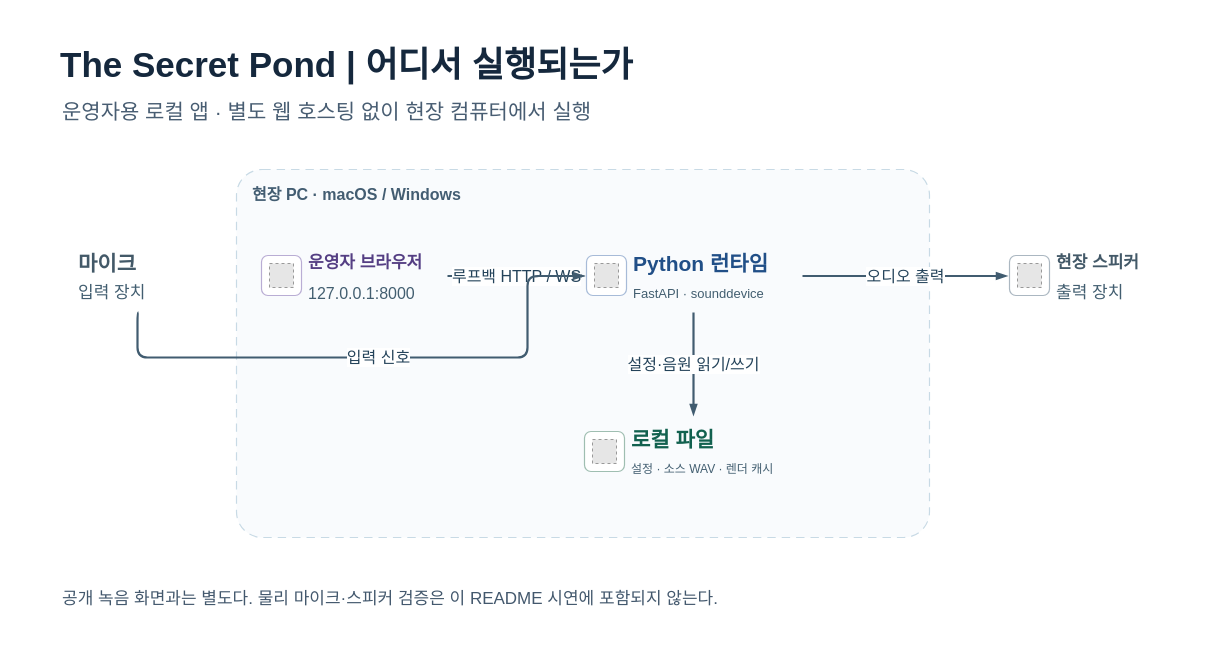
Above: docs/portfolio-readme/assets/readme/infrastructure.drawio in SungKong00/the-secret-pond-sound-system (draw.io), before the change. Source tidied: cells renumbered, new cells numbered last; positions are measured from the earlier drawing's top-left corner, leaving out a move shared by most shapes. Both pictures are drawn from the tidied source at 100%, with x=0, y=0 at pixel (17, 17). Pictures stored in the file or linked from it are replaced by grey dashed boxes.
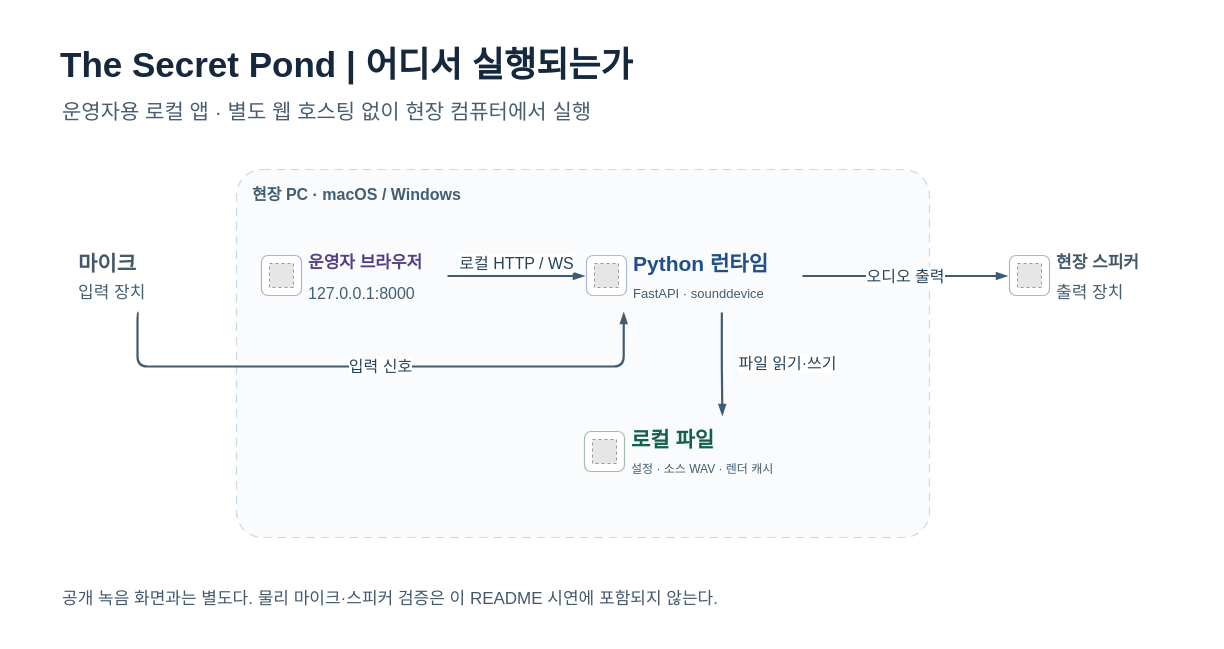
After the change.

Unchanged cells that the change refers to:
```xml
<mxCell id="6" style="rounded=0;fillColor=none;strokeColor=none;whiteSpace=wrap;html=0;" parent="1" vertex="1">
  <mxGeometry x="242" y="222" width="188" height="73" as="geometry" />
</mxCell>
<mxCell id="11" style="rounded=0;fillColor=none;strokeColor=none;whiteSpace=wrap;html=0;" parent="1" vertex="1">
  <mxGeometry x="567" y="222" width="218" height="73" as="geometry" />
</mxCell>
<mxCell id="16" style="rounded=0;fillColor=none;strokeColor=none;whiteSpace=wrap;html=0;" parent="1" vertex="1">
  <mxGeometry x="565" y="398" width="222" height="73" as="geometry" />
</mxCell>
<mxCell id="21" style="rounded=0;fillColor=none;strokeColor=none;whiteSpace=wrap;html=0;" parent="1" vertex="1">
  <mxGeometry x="52" y="222" width="138" height="73" as="geometry" />
</mxCell>
```

Diff of the diagram source:
```diff
@@
-    <mxCell id="29" value="루프백 HTTP / WS" style="edgeStyle=orthogonalEdgeStyle;rounded=1;jettySize=auto;html=1;endArrow=blockThin;endFill=1;strokeColor=#415C70;strokeWidth=2.2;fontColor=#24435A;fontSize=16;labelBackgroundColor=#FFFFFF;labelPadding=2;fontFamily=Arial;exitX=1;exitY=0.5;exitDx=0;exitDy=0;entryX=0;entryY=0.5;entryDx=0;entryDy=0;" parent="1" edge="1" source="6" target="11">
-      <mxGeometry relative="1" as="geometry" />
+    <mxCell id="29" value="로컬 HTTP / WS" style="edgeStyle=orthogonalEdgeStyle;rounded=1;jettySize=auto;html=1;endArrow=blockThin;endFill=1;strokeColor=#415C70;strokeWidth=2.2;fontColor=#24435A;fontSize=16;labelBackgroundColor=#FFFFFF;labelPadding=2;fontFamily=Arial;exitX=1;exitY=0.5;exitDx=0;exitDy=0;entryX=0;entryY=0.5;entryDx=0;entryDy=0;" parent="1" edge="1" source="6" target="11">
+      <mxGeometry relative="1" as="geometry">
+        <mxPoint y="-13" as="offset" />
+      </mxGeometry>
     </mxCell>
-    <mxCell id="30" value="설정·음원 읽기/쓰기" style="edgeStyle=orthogonalEdgeStyle;rounded=1;jettySize=auto;html=1;endArrow=blockThin;endFill=1;strokeColor=#415C70;strokeWidth=2.2;fontColor=#24435A;fontSize=16;labelBackgroundColor=#FFFFFF;labelPadding=2;fontFamily=Arial;exitX=0.5;exitY=1;exitDx=0;exitDy=0;entryX=0.5;entryY=0;entryDx=0;entryDy=0;" parent="1" edge="1" source="11" target="16">
-      <mxGeometry relative="1" as="geometry" />
+    <mxCell id="30" value="파일 읽기·쓰기" style="edgeStyle=orthogonalEdgeStyle;rounded=1;jettySize=auto;html=1;endArrow=blockThin;endFill=1;strokeColor=#415C70;strokeWidth=2.2;fontColor=#24435A;fontSize=16;labelBackgroundColor=#FFFFFF;labelPadding=2;fontFamily=Arial;exitX=0.63;exitY=1;exitDx=0;exitDy=0;entryX=0.63;entryY=0;entryDx=0;entryDy=0;" parent="1" edge="1" source="11" target="16">
+      <mxGeometry relative="1" as="geometry">
+        <mxPoint x="65" as="offset" />
+      </mxGeometry>
     </mxCell>
-    <mxCell id="31" value="입력 신호" style="edgeStyle=orthogonalEdgeStyle;rounded=1;jettySize=auto;html=1;endArrow=blockThin;endFill=1;strokeColor=#415C70;strokeWidth=2.2;fontColor=#24435A;fontSize=16;labelBackgroundColor=#FFFFFF;labelPadding=2;fontFamily=Arial;exitX=0.5;exitY=1;exitDx=0;exitDy=0;entryX=0;entryY=0.5;entryDx=0;entryDy=0;" parent="1" edge="1" source="21" target="11">
+    <mxCell id="31" value="입력 신호" style="edgeStyle=orthogonalEdgeStyle;rounded=1;jettySize=auto;html=1;endArrow=blockThin;endFill=1;strokeColor=#415C70;strokeWidth=2.2;fontColor=#24435A;fontSize=16;labelBackgroundColor=#FFFFFF;labelPadding=2;fontFamily=Arial;exitX=0.5;exitY=1;exitDx=0;exitDy=0;entryX=0.18;entryY=1;entryDx=0;entryDy=0;" parent="1" edge="1" source="21" target="11">
       <mxGeometry relative="1" as="geometry">
         <Array as="points">
-          <mxPoint x="120" y="340" />
-          <mxPoint x="510" y="340" />
-          <mxPoint x="510" y="258" />
+          <mxPoint x="120" y="349" />
+          <mxPoint x="606" y="349" />
         </Array>
       </mxGeometry>
     </mxCell>
```
